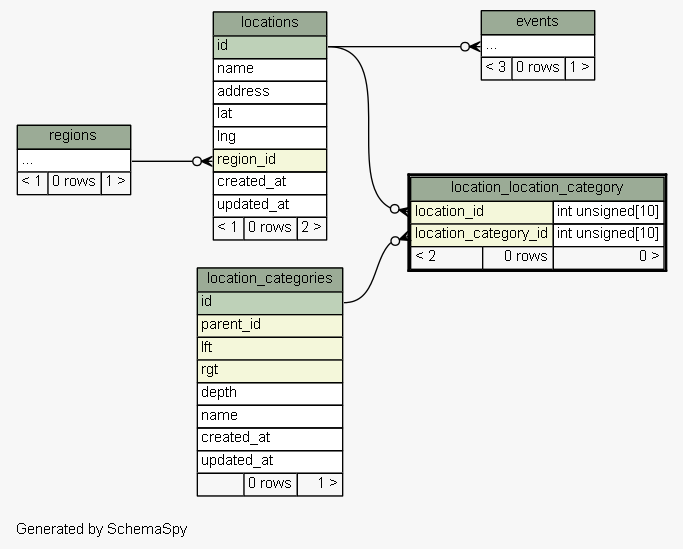
The Graphviz diagram docs/diagrams/location_location_category.2degrees.png in g0v/poli-radar-api, before a commit. Its source is kept beside it as docs/diagrams/location_location_category.2degrees.dot. Its diagram source:
```dot
digraph "twoDegreesRelationshipsDiagram" {
  graph [
    rankdir="RL"
    bgcolor="#f7f7f7"
    label="\nGenerated by SchemaSpy"
    labeljust="l"
    nodesep="0.18"
    ranksep="0.46"
    fontname="Helvetica"
    fontsize="11"
  ];
  node [
    fontname="Helvetica"
    fontsize="11"
    shape="plaintext"
  ];
  edge [
    arrowsize="0.8"
  ];
  "events":"elipses":w -> "locations":"id":e [arrowhead=none dir=back arrowtail=crowodot];
  "location_location_category":"location_category_id":w -> "location_categories":"id":e [arrowhead=none dir=back arrowtail=crowodot];
  "location_location_category":"location_id":w -> "locations":"id":e [arrowhead=none dir=back arrowtail=crowodot];
  "locations":"region_id":w -> "regions":"elipses":e [arrowhead=none dir=back arrowtail=crowodot];
  "events" [
    label=<
    <TABLE BORDER="0" CELLBORDER="1" CELLSPACING="0" BGCOLOR="#ffffff">
      <TR><TD COLSPAN="3" BGCOLOR="#9bab96" ALIGN="CENTER">events</TD></TR>
      <TR><TD PORT="elipses" COLSPAN="3" ALIGN="LEFT">...</TD></TR>
      <TR><TD ALIGN="LEFT" BGCOLOR="#f7f7f7">&lt; 3</TD><TD ALIGN="RIGHT" BGCOLOR="#f7f7f7">0 rows</TD><TD ALIGN="RIGHT" BGCOLOR="#f7f7f7">1 &gt;</TD></TR>
    </TABLE>>
    URL="events.html"
    tooltip="events"
  ];
  "location_categories" [
    label=<
    <TABLE BORDER="0" CELLBORDER="1" CELLSPACING="0" BGCOLOR="#ffffff">
      <TR><TD COLSPAN="3" BGCOLOR="#9bab96" ALIGN="CENTER">location_categories</TD></TR>
      <TR><TD PORT="id" COLSPAN="3" BGCOLOR="#bed1b8" ALIGN="LEFT">id</TD></TR>
      <TR><TD PORT="parent_id" COLSPAN="3" BGCOLOR="#f4f7da" ALIGN="LEFT">parent_id</TD></TR>
      <TR><TD PORT="lft" COLSPAN="3" BGCOLOR="#f4f7da" ALIGN="LEFT">lft</TD></TR>
      <TR><TD PORT="rgt" COLSPAN="3" BGCOLOR="#f4f7da" ALIGN="LEFT">rgt</TD></TR>
      <TR><TD PORT="depth" COLSPAN="3" ALIGN="LEFT">depth</TD></TR>
      <TR><TD PORT="name" COLSPAN="3" ALIGN="LEFT">name</TD></TR>
      <TR><TD PORT="created_at" COLSPAN="3" ALIGN="LEFT">created_at</TD></TR>
      <TR><TD PORT="updated_at" COLSPAN="3" ALIGN="LEFT">updated_at</TD></TR>
      <TR><TD ALIGN="LEFT" BGCOLOR="#f7f7f7">  </TD><TD ALIGN="RIGHT" BGCOLOR="#f7f7f7">0 rows</TD><TD ALIGN="RIGHT" BGCOLOR="#f7f7f7">1 &gt;</TD></TR>
    </TABLE>>
    URL="location_categories.html"
    tooltip="location_categories"
  ];
  "location_location_category" [
    label=<
    <TABLE BORDER="2" CELLBORDER="1" CELLSPACING="0" BGCOLOR="#ffffff">
      <TR><TD COLSPAN="3" BGCOLOR="#9bab96" ALIGN="CENTER">location_location_category</TD></TR>
      <TR><TD PORT="location_id" COLSPAN="2" BGCOLOR="#f4f7da" ALIGN="LEFT">location_id</TD><TD PORT="location_id.type" ALIGN="LEFT">int unsigned[10]</TD></TR>
      <TR><TD PORT="location_category_id" COLSPAN="2" BGCOLOR="#f4f7da" ALIGN="LEFT">location_category_id</TD><TD PORT="location_category_id.type" ALIGN="LEFT">int unsigned[10]</TD></TR>
      <TR><TD ALIGN="LEFT" BGCOLOR="#f7f7f7">&lt; 2</TD><TD ALIGN="RIGHT" BGCOLOR="#f7f7f7">0 rows</TD><TD ALIGN="RIGHT" BGCOLOR="#f7f7f7">0 &gt;</TD></TR>
    </TABLE>>
    URL="location_location_category.html"
    tooltip="location_location_category"
  ];
  "locations" [
    label=<
    <TABLE BORDER="0" CELLBORDER="1" CELLSPACING="0" BGCOLOR="#ffffff">
      <TR><TD COLSPAN="3" BGCOLOR="#9bab96" ALIGN="CENTER">locations</TD></TR>
      <TR><TD PORT="id" COLSPAN="3" BGCOLOR="#bed1b8" ALIGN="LEFT">id</TD></TR>
      <TR><TD PORT="name" COLSPAN="3" ALIGN="LEFT">name</TD></TR>
      <TR><TD PORT="address" COLSPAN="3" ALIGN="LEFT">address</TD></TR>
      <TR><TD PORT="lat" COLSPAN="3" ALIGN="LEFT">lat</TD></TR>
      <TR><TD PORT="lng" COLSPAN="3" ALIGN="LEFT">lng</TD></TR>
      <TR><TD PORT="region_id" COLSPAN="3" BGCOLOR="#f4f7da" ALIGN="LEFT">region_id</TD></TR>
      <TR><TD PORT="created_at" COLSPAN="3" ALIGN="LEFT">created_at</TD></TR>
      <TR><TD PORT="updated_at" COLSPAN="3" ALIGN="LEFT">updated_at</TD></TR>
      <TR><TD ALIGN="LEFT" BGCOLOR="#f7f7f7">&lt; 1</TD><TD ALIGN="RIGHT" BGCOLOR="#f7f7f7">0 rows</TD><TD ALIGN="RIGHT" BGCOLOR="#f7f7f7">2 &gt;</TD></TR>
    </TABLE>>
    URL="locations.html"
    tooltip="locations"
  ];
  "regions" [
    label=<
    <TABLE BORDER="0" CELLBORDER="1" CELLSPACING="0" BGCOLOR="#ffffff">
      <TR><TD COLSPAN="3" BGCOLOR="#9bab96" ALIGN="CENTER">regions</TD></TR>
      <TR><TD PORT="elipses" COLSPAN="3" ALIGN="LEFT">...</TD></TR>
      <TR><TD ALIGN="LEFT" BGCOLOR="#f7f7f7">&lt; 1</TD><TD ALIGN="RIGHT" BGCOLOR="#f7f7f7">0 rows</TD><TD ALIGN="RIGHT" BGCOLOR="#f7f7f7">1 &gt;</TD></TR>
    </TABLE>>
    URL="regions.html"
    tooltip="regions"
  ];
}
```
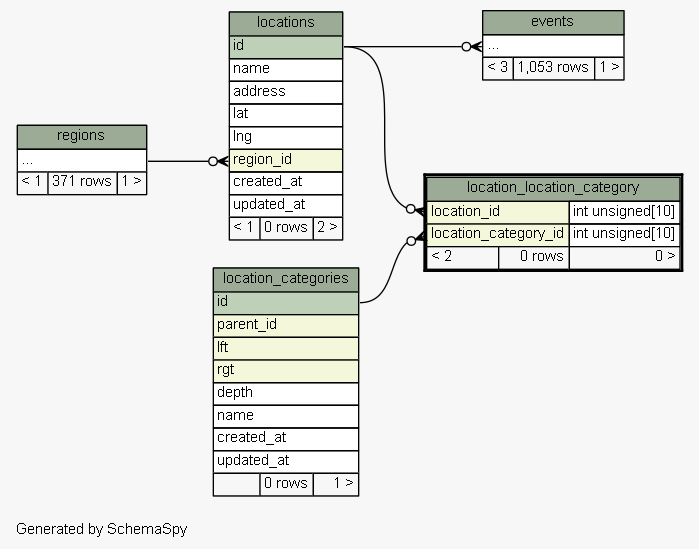
Above is the later version.

The edit, as a diff of the source:
```diff
@@ -26,7 +26,7 @@
     <TABLE BORDER="0" CELLBORDER="1" CELLSPACING="0" BGCOLOR="#ffffff">
       <TR><TD COLSPAN="3" BGCOLOR="#9bab96" ALIGN="CENTER">events</TD></TR>
       <TR><TD PORT="elipses" COLSPAN="3" ALIGN="LEFT">...</TD></TR>
-      <TR><TD ALIGN="LEFT" BGCOLOR="#f7f7f7">&lt; 3</TD><TD ALIGN="RIGHT" BGCOLOR="#f7f7f7">0 rows</TD><TD ALIGN="RIGHT" BGCOLOR="#f7f7f7">1 &gt;</TD></TR>
+      <TR><TD ALIGN="LEFT" BGCOLOR="#f7f7f7">&lt; 3</TD><TD ALIGN="RIGHT" BGCOLOR="#f7f7f7">1,053 rows</TD><TD ALIGN="RIGHT" BGCOLOR="#f7f7f7">1 &gt;</TD></TR>
     </TABLE>>
     URL="events.html"
     tooltip="events"
@@ -81,7 +81,7 @@
     <TABLE BORDER="0" CELLBORDER="1" CELLSPACING="0" BGCOLOR="#ffffff">
       <TR><TD COLSPAN="3" BGCOLOR="#9bab96" ALIGN="CENTER">regions</TD></TR>
       <TR><TD PORT="elipses" COLSPAN="3" ALIGN="LEFT">...</TD></TR>
-      <TR><TD ALIGN="LEFT" BGCOLOR="#f7f7f7">&lt; 1</TD><TD ALIGN="RIGHT" BGCOLOR="#f7f7f7">0 rows</TD><TD ALIGN="RIGHT" BGCOLOR="#f7f7f7">1 &gt;</TD></TR>
+      <TR><TD ALIGN="LEFT" BGCOLOR="#f7f7f7">&lt; 1</TD><TD ALIGN="RIGHT" BGCOLOR="#f7f7f7">371 rows</TD><TD ALIGN="RIGHT" BGCOLOR="#f7f7f7">1 &gt;</TD></TR>
     </TABLE>>
     URL="regions.html"
     tooltip="regions"
```
